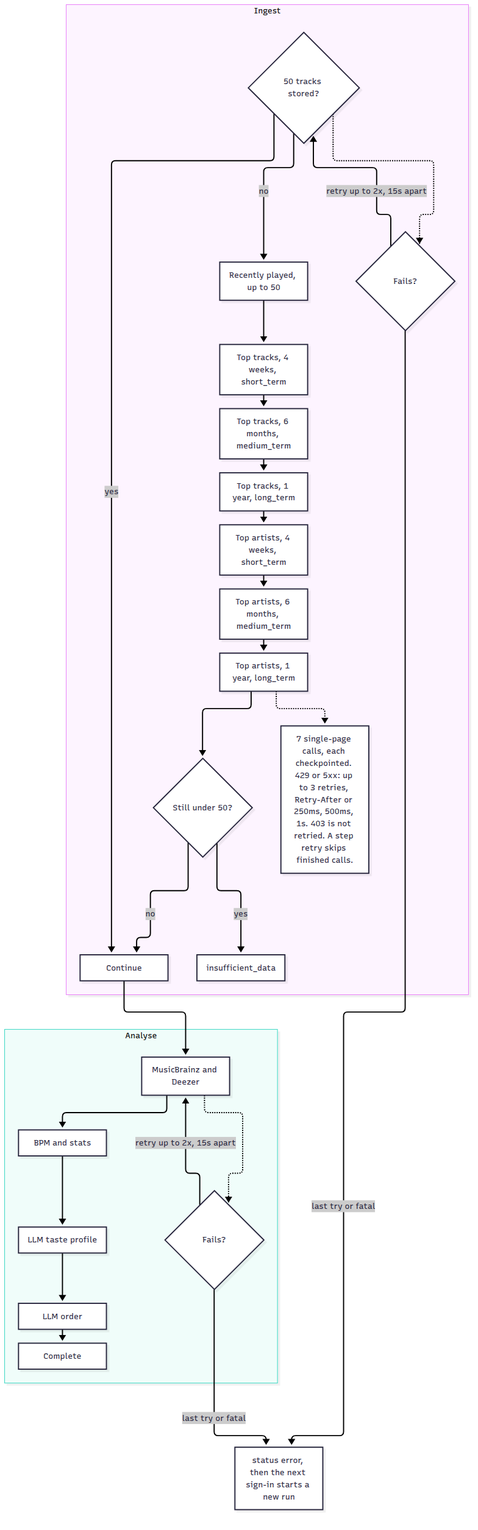
The Mermaid diagram docs/architecture/ingestion-workflow.png in laurence-presland/spotdonalds, before a commit. Its source is kept beside it as docs/architecture/ingestion-workflow.mmd.
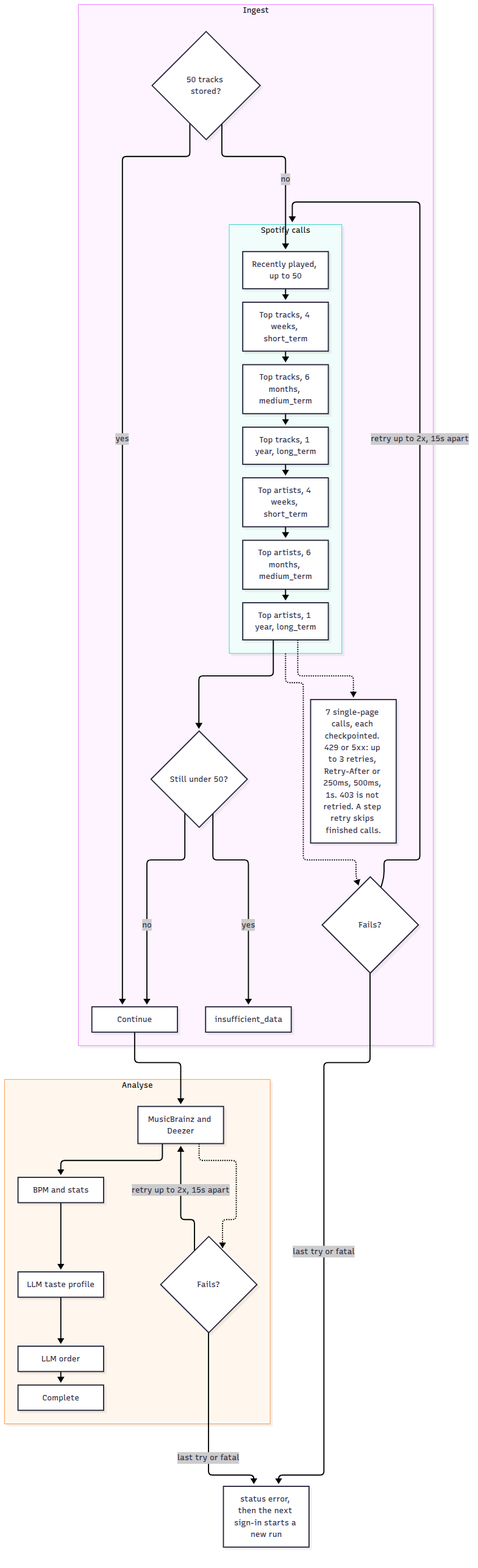
The same diagram one commit later.

Commit message:
Group the Spotify calls and retry that group as one step.

What changed in the source:
```diff
@@ -1,18 +1,21 @@
 flowchart TD
   subgraph ingest["Ingest"]
     count{"50 tracks stored?"} -->|yes| go["Continue"]
-    count -->|no| recent["Recently played, up to 50"]
-    recent --> ttShort["Top tracks, 4 weeks, short_term"]
-    ttShort --> ttMed["Top tracks, 6 months, medium_term"]
-    ttMed --> ttLong["Top tracks, 1 year, long_term"]
-    ttLong --> taShort["Top artists, 4 weeks, short_term"]
-    taShort --> taMed["Top artists, 6 months, medium_term"]
-    taMed --> taLong["Top artists, 1 year, long_term"]
+    count -->|no| recent
+    subgraph spotify["Spotify calls"]
+      recent["Recently played, up to 50"]
+      recent --> ttShort["Top tracks, 4 weeks, short_term"]
+      ttShort --> ttMed["Top tracks, 6 months, medium_term"]
+      ttMed --> ttLong["Top tracks, 1 year, long_term"]
+      ttLong --> taShort["Top artists, 4 weeks, short_term"]
+      taShort --> taMed["Top artists, 6 months, medium_term"]
+      taMed --> taLong["Top artists, 1 year, long_term"]
+    end
     taLong --> still{"Still under 50?"}
     still -->|yes| short["insufficient_data"]
     still -->|no| go
-    count -.-> iFail{"Fails?"}
-    iFail -->|retry up to 2x, 15s apart| count
+    spotify -.-> iFail{"Fails?"}
+    iFail -->|retry up to 2x, 15s apart| spotify
     taLong -.-> calls["7 single-page calls, each checkpointed. 429 or 5xx: up to 3 retries, Retry-After or 250ms, 500ms, 1s. 403 is not retried. A step retry skips finished calls."]
   end
   go --> enrich
```
